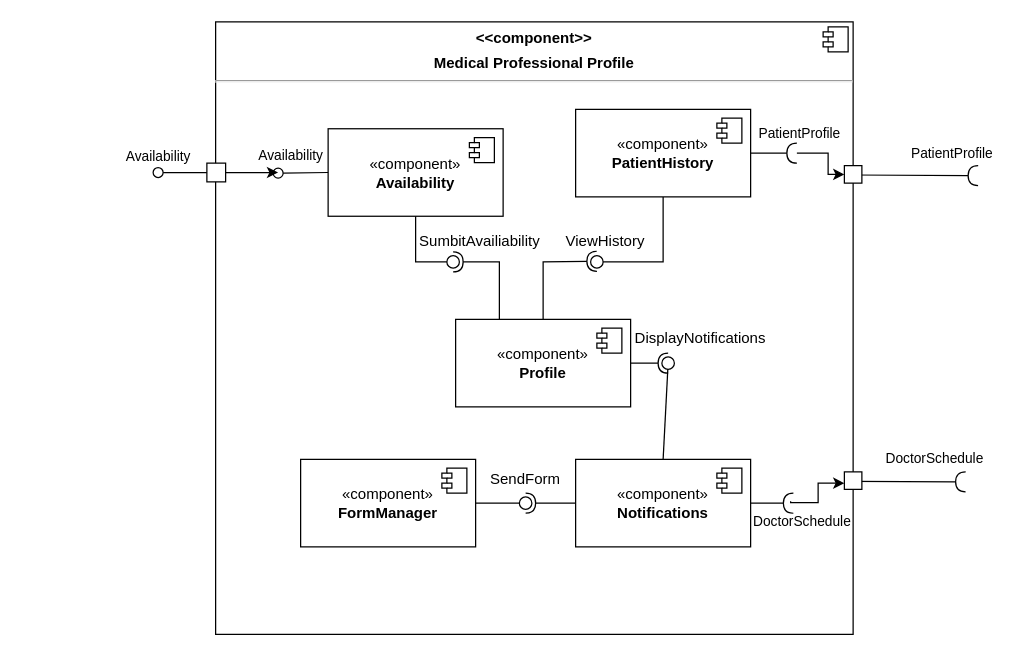
This is Milestone-2/Component Diagrams/Med-Prof-Component-Diagram.drawio from uvic-teach/project-m1-team10, a draw.io file, before an edit. Source tidied: cells renumbered, new cells numbered last; positions are measured from the earlier drawing's top-left corner, leaving out a move shared by most shapes. Both pictures are drawn from the tidied source at 125%, with x=0, y=0 at pixel (21, 21).
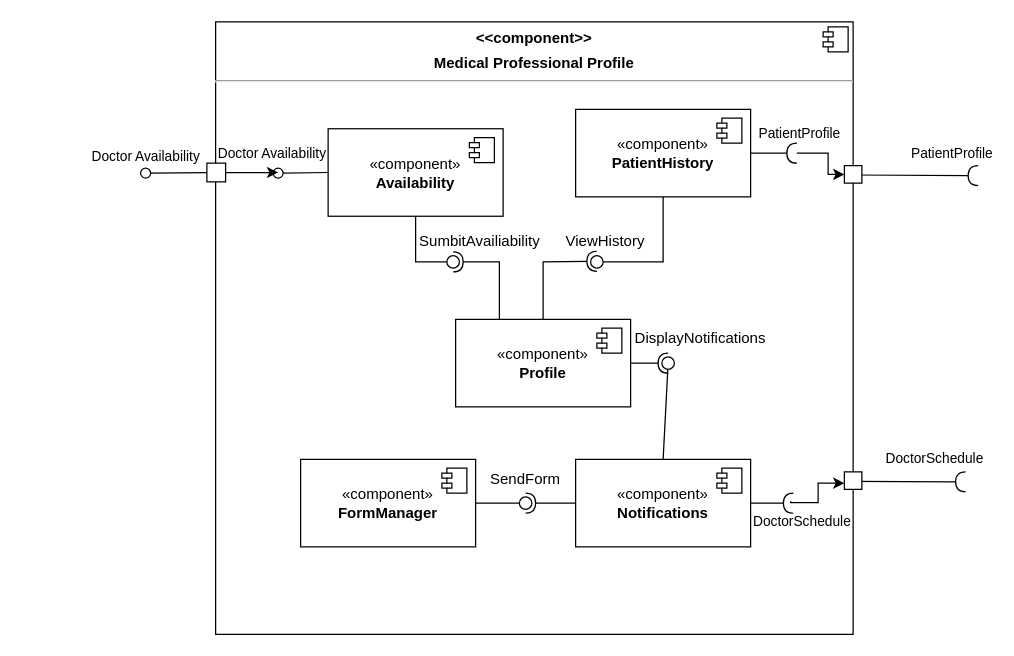
Above is the later version.

Unchanged cells that the change refers to:
```xml
<mxCell id="37" style="html=1;verticalAlign=bottom;labelBackgroundColor=none;endArrow=oval;endFill=0;endSize=8;rounded=0;exitX=0;exitY=0.5;exitDx=0;exitDy=0;" parent="1" edge="1" source="31">
  <mxGeometry relative="1" as="geometry">
    <mxPoint x="205" y="121" as="targetPoint" />
  </mxGeometry>
</mxCell>
```

Change to the diagram source:
```diff
@@
-    <mxCell id="36" value="Availability" style="ellipse;html=1;fontSize=11;align=center;fillColor=none;points=[];verticalAlign=bottom;labelPosition=center;verticalLabelPosition=top;flipH=1;" parent="1" vertex="1">
-      <mxGeometry x="105" y="116.5" width="8" height="8" as="geometry" />
+    <mxCell id="36" value="Doctor Availability" style="ellipse;html=1;fontSize=11;align=center;fillColor=none;points=[];verticalAlign=bottom;labelPosition=center;verticalLabelPosition=top;flipH=1;" parent="1" vertex="1">
+      <mxGeometry x="95" y="117" width="8" height="8" as="geometry" />
     </mxCell>
@@
-    <mxCell id="38" value="Availability" style="edgeLabel;html=1;align=center;verticalAlign=middle;" parent="37" vertex="1">
+    <mxCell id="38" value="&lt;font style=&quot;font-size: 11px;&quot;&gt;Doctor Availability&lt;/font&gt;" style="edgeLabel;html=1;align=center;verticalAlign=middle;fontSize=11;" parent="37" vertex="1">
       <mxGeometry x="0.43" y="1" relative="1" as="geometry">
-        <mxPoint x="-2" y="-15" as="offset" />
+        <mxPoint x="-17" y="-17" as="offset" />
       </mxGeometry>
     </mxCell>
```
